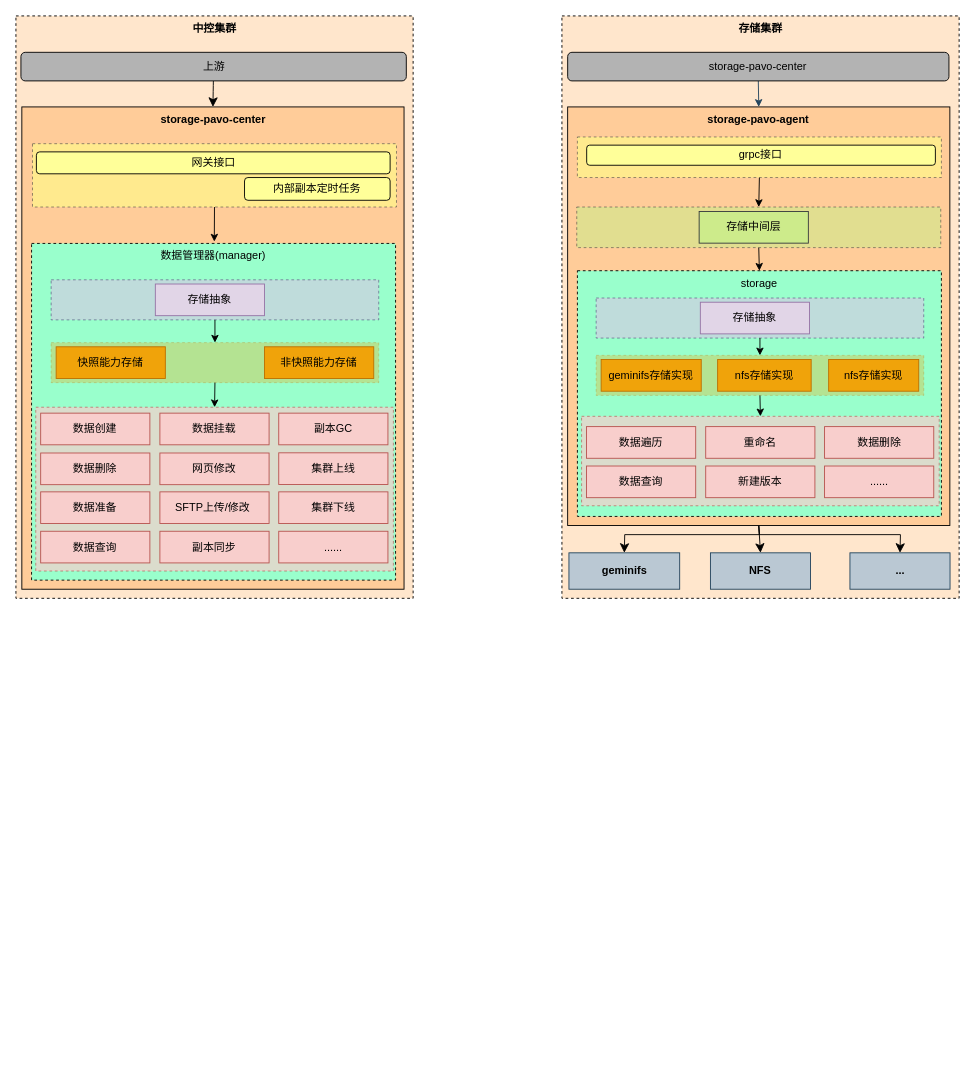
The draw.io diagram page "Page-2" (2 of 2) of 存储/智算中心存储改造.drawio in paochiang/draw, before the edit. Source tidied: cells renumbered, new cells numbered last; positions are measured from the earlier drawing's top-left corner, leaving out a move shared by most shapes. Both pictures are drawn from the tidied source at 91%, with x=0, y=0 at pixel (15, 15).
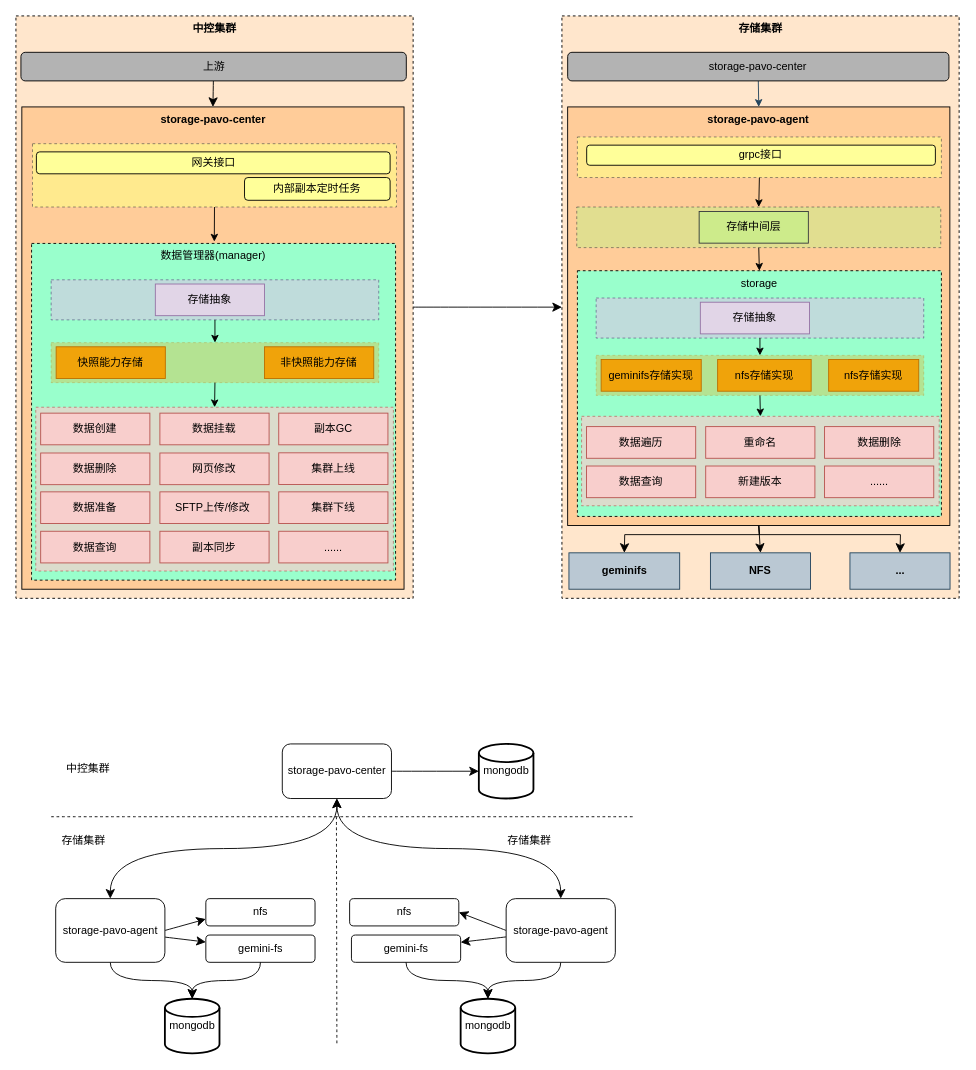
The same page after the edit.

Commit message (it also covers changes not shown here):
Update 智算中心存储改造.drawio

Unchanged cells that the change refers to:
```xml
<mxCell id="2" value="&lt;b&gt;中控集群&lt;/b&gt;" style="rounded=0;whiteSpace=wrap;html=1;fillColor=#FFE6CC;align=center;verticalAlign=top;dashed=1;" parent="1" vertex="1">
  <mxGeometry width="436.5" height="640" as="geometry" />
</mxCell>
<mxCell id="30" value="&lt;b&gt;存储集群&lt;/b&gt;" style="rounded=0;whiteSpace=wrap;html=1;fillColor=#FFE6CC;align=center;verticalAlign=top;dashed=1;" parent="1" vertex="1">
  <mxGeometry x="600" width="436.5" height="640" as="geometry" />
</mxCell>
```

What changed in the source:
```diff
@@
+    <mxCell id="70" style="edgeStyle=none;curved=1;rounded=0;jettySize=auto;html=1;exitX=1;exitY=0.5;exitDx=0;exitDy=0;entryX=0;entryY=0.5;entryDx=0;entryDy=0;fontSize=12;startSize=8;endSize=8;" parent="1" edge="1" source="2" target="30">
+      <mxGeometry relative="1" as="geometry" />
+    </mxCell>
@@
+    <mxCell id="71" style="edgeStyle=orthogonalEdgeStyle;curved=1;rounded=0;jettySize=auto;html=1;exitX=0.5;exitY=1;exitDx=0;exitDy=0;entryX=0.5;entryY=0;entryDx=0;entryDy=0;fontSize=12;startSize=8;endSize=8;startArrow=classic;startFill=1;" parent="1" edge="1" source="73" target="77">
+      <mxGeometry relative="1" as="geometry" />
+    </mxCell>
+    <mxCell id="72" style="edgeStyle=orthogonalEdgeStyle;rounded=0;jettySize=auto;html=1;exitX=0.5;exitY=1;exitDx=0;exitDy=0;entryX=0.5;entryY=0;entryDx=0;entryDy=0;fontSize=12;startSize=8;endSize=8;curved=1;startArrow=classic;startFill=1;" parent="1" edge="1" source="73" target="81">
+      <mxGeometry relative="1" as="geometry" />
+    </mxCell>
+    <mxCell id="73" value="storage-pavo-center" style="rounded=1;whiteSpace=wrap;html=1;" parent="1" vertex="1">
+      <mxGeometry x="292.7" y="800" width="120" height="60" as="geometry" />
+    </mxCell>
+    <mxCell id="74" style="edgeStyle=orthogonalEdgeStyle;curved=1;rounded=0;jettySize=auto;html=1;fontSize=12;startSize=8;endSize=8;" parent="1" edge="1" source="77" target="89">
+      <mxGeometry relative="1" as="geometry" />
+    </mxCell>
+    <mxCell id="75" style="edgeStyle=none;curved=1;rounded=0;jettySize=auto;html=1;fontSize=12;startSize=8;endSize=8;" parent="1" edge="1" source="77" target="91">
+      <mxGeometry relative="1" as="geometry" />
+    </mxCell>
+    <mxCell id="76" style="edgeStyle=none;curved=1;rounded=0;jettySize=auto;html=1;exitX=1;exitY=0.5;exitDx=0;exitDy=0;entryX=0;entryY=0.75;entryDx=0;entryDy=0;fontSize=12;startSize=8;endSize=8;" parent="1" edge="1" source="77" target="95">
+      <mxGeometry relative="1" as="geometry" />
+    </mxCell>
+    <mxCell id="77" value="storage-pavo-agent" style="rounded=1;whiteSpace=wrap;html=1;" parent="1" vertex="1">
+      <mxGeometry x="43.7" y="970" width="120" height="70" as="geometry" />
+    </mxCell>
+    <mxCell id="78" style="edgeStyle=orthogonalEdgeStyle;curved=1;rounded=0;jettySize=auto;html=1;fontSize=12;startSize=8;endSize=8;exitX=0.5;exitY=1;exitDx=0;exitDy=0;" parent="1" edge="1" source="81" target="90">
+      <mxGeometry relative="1" as="geometry" />
+    </mxCell>
+    <mxCell id="79" style="edgeStyle=none;curved=1;rounded=0;jettySize=auto;html=1;fontSize=12;startSize=8;endSize=8;" parent="1" edge="1" source="81" target="93">
+      <mxGeometry relative="1" as="geometry" />
+    </mxCell>
+    <mxCell id="80" style="edgeStyle=none;curved=1;rounded=0;jettySize=auto;html=1;exitX=0;exitY=0.5;exitDx=0;exitDy=0;entryX=1;entryY=0.5;entryDx=0;entryDy=0;fontSize=12;startSize=8;endSize=8;" parent="1" edge="1" source="81" target="96">
+      <mxGeometry relative="1" as="geometry" />
+    </mxCell>
+    <mxCell id="81" value="storage-pavo-agent" style="rounded=1;whiteSpace=wrap;html=1;" parent="1" vertex="1">
+      <mxGeometry x="538.7" y="970" width="120" height="70" as="geometry" />
+    </mxCell>
+    <mxCell id="82" value="&lt;font style=&quot;font-size: 12px;&quot;&gt;中控集群&lt;/font&gt;" style="text;html=1;align=center;verticalAlign=middle;strokeColor=none;fillColor=none;fontSize=16;" parent="1" vertex="1">
+      <mxGeometry x="43.7" y="810" width="70" height="30" as="geometry" />
+    </mxCell>
+    <mxCell id="83" value="&lt;font style=&quot;font-size: 12px;&quot;&gt;存储集群&lt;/font&gt;" style="text;html=1;align=center;verticalAlign=middle;strokeColor=none;fillColor=none;fontSize=16;" parent="1" vertex="1">
+      <mxGeometry x="38.7" y="890" width="70" height="30" as="geometry" />
+    </mxCell>
+    <mxCell id="84" value="mongodb" style="strokeWidth=2;html=1;shape=mxgraph.flowchart.database;whiteSpace=wrap;" parent="1" vertex="1">
+      <mxGeometry x="508.7" y="800" width="60" height="60" as="geometry" />
+    </mxCell>
+    <mxCell id="85" style="edgeStyle=orthogonalEdgeStyle;curved=1;rounded=0;jettySize=auto;html=1;exitX=1;exitY=0.5;exitDx=0;exitDy=0;entryX=0;entryY=0.5;entryDx=0;entryDy=0;entryPerimeter=0;fontSize=12;startSize=8;endSize=8;" parent="1" edge="1" source="73" target="84">
+      <mxGeometry relative="1" as="geometry" />
+    </mxCell>
+    <mxCell id="86" value="&lt;font style=&quot;font-size: 12px;&quot;&gt;存储集群&lt;/font&gt;" style="text;html=1;align=center;verticalAlign=middle;strokeColor=none;fillColor=none;fontSize=16;" parent="1" vertex="1">
+      <mxGeometry x="528.7" y="890" width="70" height="30" as="geometry" />
+    </mxCell>
+    <mxCell id="87" style="endArrow=none;dashed=1;html=1;rounded=0;fontSize=12;startSize=8;endSize=8;curved=1;" parent="1" edge="1">
+      <mxGeometry relative="1" as="geometry">
+        <mxPoint x="38.7" y="880" as="sourcePoint" />
+        <mxPoint x="678.7" y="880" as="targetPoint" />
+      </mxGeometry>
+    </mxCell>
+    <mxCell id="88" style="endArrow=none;dashed=1;html=1;rounded=0;fontSize=12;startSize=8;endSize=8;curved=1;" parent="1" edge="1">
+      <mxGeometry relative="1" as="geometry">
+        <mxPoint x="352.2" y="880" as="sourcePoint" />
+        <mxPoint x="352.7" y="1130" as="targetPoint" />
+      </mxGeometry>
+    </mxCell>
+    <mxCell id="89" value="mongodb" style="strokeWidth=2;html=1;shape=mxgraph.flowchart.database;whiteSpace=wrap;" parent="1" vertex="1">
+      <mxGeometry x="163.7" y="1080" width="60" height="60" as="geometry" />
+    </mxCell>
+    <mxCell id="90" value="mongodb" style="strokeWidth=2;html=1;shape=mxgraph.flowchart.database;whiteSpace=wrap;" parent="1" vertex="1">
+      <mxGeometry x="488.7" y="1080" width="60" height="60" as="geometry" />
+    </mxCell>
+    <mxCell id="91" value="gemini-fs" style="rounded=1;whiteSpace=wrap;html=1;" parent="1" vertex="1">
+      <mxGeometry x="208.7" y="1010" width="120" height="30" as="geometry" />
+    </mxCell>
+    <mxCell id="92" style="edgeStyle=orthogonalEdgeStyle;curved=1;rounded=0;jettySize=auto;html=1;exitX=0.5;exitY=1;exitDx=0;exitDy=0;entryX=0.5;entryY=0;entryDx=0;entryDy=0;entryPerimeter=0;fontSize=12;startSize=8;endSize=8;" parent="1" edge="1" source="91" target="89">
+      <mxGeometry relative="1" as="geometry" />
+    </mxCell>
+    <mxCell id="93" value="gemini-fs" style="rounded=1;whiteSpace=wrap;html=1;" parent="1" vertex="1">
+      <mxGeometry x="368.7" y="1010" width="120" height="30" as="geometry" />
+    </mxCell>
+    <mxCell id="94" style="edgeStyle=orthogonalEdgeStyle;curved=1;rounded=0;jettySize=auto;html=1;exitX=0.5;exitY=1;exitDx=0;exitDy=0;entryX=0.5;entryY=0;entryDx=0;entryDy=0;entryPerimeter=0;fontSize=12;startSize=8;endSize=8;" parent="1" edge="1" source="93" target="90">
+      <mxGeometry relative="1" as="geometry" />
+    </mxCell>
+    <mxCell id="95" value="nfs" style="rounded=1;whiteSpace=wrap;html=1;" parent="1" vertex="1">
+      <mxGeometry x="208.7" y="970" width="120" height="30" as="geometry" />
+    </mxCell>
+    <mxCell id="96" value="nfs" style="rounded=1;whiteSpace=wrap;html=1;" parent="1" vertex="1">
+      <mxGeometry x="366.7" y="970" width="120" height="30" as="geometry" />
+    </mxCell>
```
